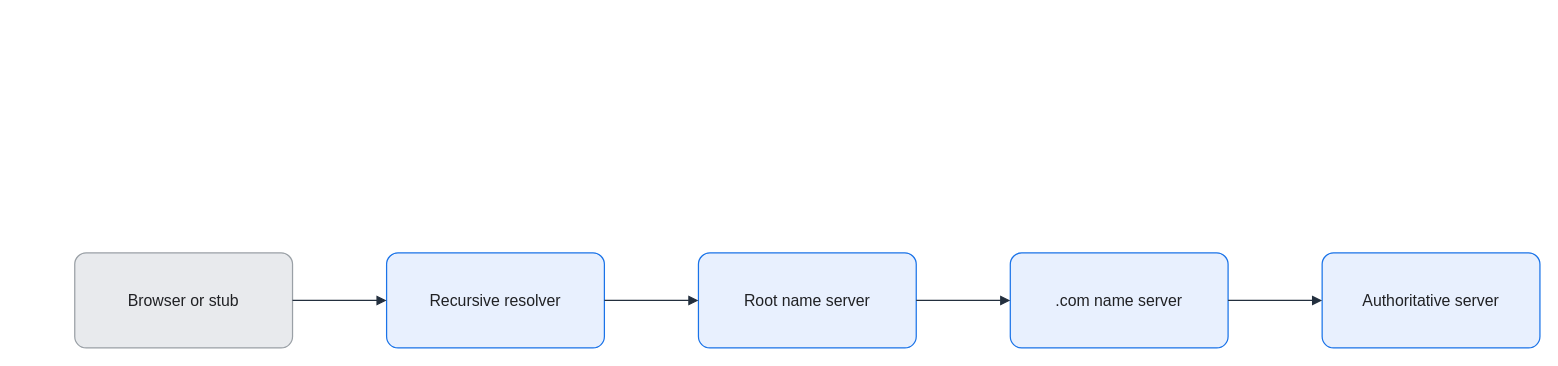
The draw.io diagram assets/img/network/dns-recursive-resolution.drawio in KKamJi98/kkamji98.github.io, before the edit. Source tidied: cells renumbered, new cells numbered last; positions are measured from the earlier drawing's top-left corner, leaving out a move shared by most shapes. Both pictures are drawn from the tidied source at 99%, with x=0, y=0 at pixel (74, 252).
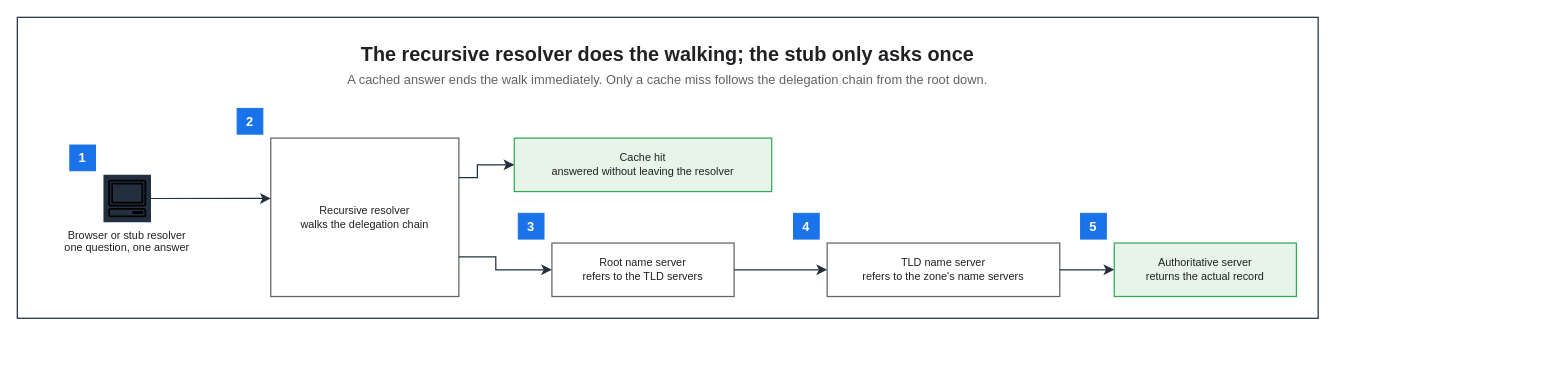
The same page after the edit.

The edit, as a diff of the source:
```diff
@@
-    <mxCell id="2" value="Browser or stub" style="rounded=1;arcSize=12;whiteSpace=wrap;html=0;fillColor=#E8EAED;strokeColor=#9AA0A6;strokeWidth=1.25;fontColor=#202124;fontSize=16;align=center;verticalAlign=middle;spacing=8;shadow=0;" parent="1" vertex="1">
-      <mxGeometry width="220" height="96" as="geometry" />
-    </mxCell>
-    <mxCell id="3" value="Recursive resolver" style="rounded=1;arcSize=12;whiteSpace=wrap;html=0;fillColor=#E8F0FE;strokeColor=#1A73E8;strokeWidth=1.25;fontColor=#202124;fontSize=16;align=center;verticalAlign=middle;spacing=8;shadow=0;" parent="1" vertex="1">
-      <mxGeometry x="315" width="220" height="96" as="geometry" />
-    </mxCell>
-    <mxCell id="4" value="Root name server" style="rounded=1;arcSize=12;whiteSpace=wrap;html=0;fillColor=#E8F0FE;strokeColor=#1A73E8;strokeWidth=1.25;fontColor=#202124;fontSize=16;align=center;verticalAlign=middle;spacing=8;shadow=0;" parent="1" vertex="1">
-      <mxGeometry x="630" width="220" height="96" as="geometry" />
-    </mxCell>
-    <mxCell id="5" value=".com name server" style="rounded=1;arcSize=12;whiteSpace=wrap;html=0;fillColor=#E8F0FE;strokeColor=#1A73E8;strokeWidth=1.25;fontColor=#202124;fontSize=16;align=center;verticalAlign=middle;spacing=8;shadow=0;" parent="1" vertex="1">
-      <mxGeometry x="945" width="220" height="96" as="geometry" />
-    </mxCell>
-    <mxCell id="6" value="Authoritative server" style="rounded=1;arcSize=12;whiteSpace=wrap;html=0;fillColor=#E8F0FE;strokeColor=#1A73E8;strokeWidth=1.25;fontColor=#202124;fontSize=16;align=center;verticalAlign=middle;spacing=8;shadow=0;" parent="1" vertex="1">
-      <mxGeometry x="1260" width="220" height="96" as="geometry" />
-    </mxCell>
-    <mxCell id="7" style="edgeStyle=orthogonalEdgeStyle;rounded=0;jettySize=auto;html=0;endArrow=block;endFill=1;strokeColor=#232F3E;strokeWidth=1.25;fontColor=#202124;labelBackgroundColor=none;exitX=1;exitY=0.5;exitDx=0;exitDy=0;entryX=0;entryY=0.5;entryDx=0;entryDy=0;endSize=7;" parent="1" edge="1" source="2" target="3">
-      <mxGeometry relative="1" as="geometry" />
-    </mxCell>
-    <mxCell id="8" style="edgeStyle=orthogonalEdgeStyle;rounded=0;jettySize=auto;html=0;endArrow=block;endFill=1;strokeColor=#232F3E;strokeWidth=1.25;fontColor=#202124;labelBackgroundColor=none;exitX=1;exitY=0.5;exitDx=0;exitDy=0;entryX=0;entryY=0.5;entryDx=0;entryDy=0;endSize=7;" parent="1" edge="1" source="3" target="4">
-      <mxGeometry relative="1" as="geometry" />
-    </mxCell>
-    <mxCell id="9" style="edgeStyle=orthogonalEdgeStyle;rounded=0;jettySize=auto;html=0;endArrow=block;endFill=1;strokeColor=#232F3E;strokeWidth=1.25;fontColor=#202124;labelBackgroundColor=none;exitX=1;exitY=0.5;exitDx=0;exitDy=0;entryX=0;entryY=0.5;entryDx=0;entryDy=0;endSize=7;" parent="1" edge="1" source="4" target="5">
-      <mxGeometry relative="1" as="geometry" />
-    </mxCell>
-    <mxCell id="10" style="edgeStyle=orthogonalEdgeStyle;rounded=0;jettySize=auto;html=0;endArrow=block;endFill=1;strokeColor=#232F3E;strokeWidth=1.25;fontColor=#202124;labelBackgroundColor=none;exitX=1;exitY=0.5;exitDx=0;exitDy=0;entryX=0;entryY=0.5;entryDx=0;entryDy=0;endSize=7;" parent="1" edge="1" source="5" target="6">
-      <mxGeometry relative="1" as="geometry" />
-    </mxCell>
+    <mxCell id="11" style="rounded=0;html=0;fillColor=none;strokeColor=#232F3E;fontColor=#202124;strokeWidth=1.25;" parent="1" vertex="1">
+      <mxGeometry x="-58" y="-238" width="1314" height="304" as="geometry" />
+    </mxCell>
+    <mxCell id="12" value="The recursive resolver does the walking; the stub only asks once" style="text;html=0;whiteSpace=wrap;fillColor=none;strokeColor=none;fontColor=#202124;fontSize=20;fontStyle=1;align=center;verticalAlign=middle;" parent="1" vertex="1">
+      <mxGeometry x="-36" y="-216" width="1270" height="30" as="geometry" />
+    </mxCell>
+    <mxCell id="13" value="A cached answer ends the walk immediately. Only a cache miss follows the delegation chain from the root down." style="text;html=0;whiteSpace=wrap;fillColor=none;strokeColor=none;fontColor=#5F6368;fontSize=13;fontStyle=0;align=center;verticalAlign=middle;" parent="1" vertex="1">
+      <mxGeometry x="-36" y="-186" width="1270" height="22" as="geometry" />
+    </mxCell>
+    <mxCell id="14" value="Browser or stub resolver&#10;one question, one answer" style="sketch=0;outlineConnect=0;gradientColor=none;html=0;whiteSpace=nowrap;fontSize=11;fontStyle=0;fontColor=#202124;verticalLabelPosition=bottom;verticalAlign=top;align=center;labelBackgroundColor=none;fillColor=#232F3E;strokeColor=none;dashed=0;shape=mxgraph.aws4.resourceIcon;resIcon=mxgraph.aws4.client;" parent="1" vertex="1">
+      <mxGeometry x="29" y="-79" width="48" height="48" as="geometry" />
+    </mxCell>
+    <mxCell id="15" value="Recursive resolver&#10;walks the delegation chain" style="rounded=0;whiteSpace=wrap;html=0;fillColor=#FFFFFF;strokeColor=#5F6368;fontColor=#202124;fontSize=11;fontStyle=0;align=center;verticalAlign=middle;spacingLeft=6;spacingRight=6;strokeWidth=1.25;" parent="1" vertex="1">
+      <mxGeometry x="198" y="-116" width="190" height="160" as="geometry" />
+    </mxCell>
+    <mxCell id="16" value="Root name server&#10;refers to the TLD servers" style="rounded=0;whiteSpace=wrap;html=0;fillColor=#FFFFFF;strokeColor=#5F6368;fontColor=#202124;fontSize=11;fontStyle=0;align=center;verticalAlign=middle;spacingLeft=6;spacingRight=6;strokeWidth=1.25;" parent="1" vertex="1">
+      <mxGeometry x="482" y="-10" width="184" height="54" as="geometry" />
+    </mxCell>
+    <mxCell id="17" value="TLD name server&#10;refers to the zone's name servers" style="rounded=0;whiteSpace=wrap;html=0;fillColor=#FFFFFF;strokeColor=#5F6368;fontColor=#202124;fontSize=11;fontStyle=0;align=center;verticalAlign=middle;spacingLeft=6;spacingRight=6;strokeWidth=1.25;" parent="1" vertex="1">
+      <mxGeometry x="760" y="-10" width="235" height="54" as="geometry" />
+    </mxCell>
+    <mxCell id="18" value="Authoritative server&#10;returns the actual record" style="rounded=0;whiteSpace=wrap;html=0;fillColor=#E6F4EA;strokeColor=#34A853;fontColor=#202124;fontSize=11;fontStyle=0;align=center;verticalAlign=middle;spacingLeft=6;spacingRight=6;strokeWidth=1.25;" parent="1" vertex="1">
+      <mxGeometry x="1050" y="-10" width="184" height="54" as="geometry" />
+    </mxCell>
+    <mxCell id="19" value="Cache hit&#10;answered without leaving the resolver" style="rounded=0;whiteSpace=wrap;html=0;fillColor=#E6F4EA;strokeColor=#34A853;fontColor=#202124;fontSize=11;fontStyle=0;align=center;verticalAlign=middle;spacingLeft=6;spacingRight=6;strokeWidth=1.25;" parent="1" vertex="1">
+      <mxGeometry x="444" y="-116" width="260" height="54" as="geometry" />
+    </mxCell>
+    <mxCell id="20" value="1" style="rounded=0;whiteSpace=wrap;html=0;fillColor=#1A73E8;strokeColor=#1A73E8;fontColor=#FFFFFF;fontSize=13;fontStyle=1;align=center;verticalAlign=middle;" parent="1" vertex="1">
+      <mxGeometry x="-5" y="-109" width="26" height="26" as="geometry" />
+    </mxCell>
+    <mxCell id="21" value="2" style="rounded=0;whiteSpace=wrap;html=0;fillColor=#1A73E8;strokeColor=#1A73E8;fontColor=#FFFFFF;fontSize=13;fontStyle=1;align=center;verticalAlign=middle;" parent="1" vertex="1">
+      <mxGeometry x="164" y="-146" width="26" height="26" as="geometry" />
+    </mxCell>
+    <mxCell id="22" value="3" style="rounded=0;whiteSpace=wrap;html=0;fillColor=#1A73E8;strokeColor=#1A73E8;fontColor=#FFFFFF;fontSize=13;fontStyle=1;align=center;verticalAlign=middle;" parent="1" vertex="1">
+      <mxGeometry x="448" y="-40" width="26" height="26" as="geometry" />
+    </mxCell>
+    <mxCell id="23" value="4" style="rounded=0;whiteSpace=wrap;html=0;fillColor=#1A73E8;strokeColor=#1A73E8;fontColor=#FFFFFF;fontSize=13;fontStyle=1;align=center;verticalAlign=middle;" parent="1" vertex="1">
+      <mxGeometry x="726" y="-40" width="26" height="26" as="geometry" />
+    </mxCell>
+    <mxCell id="24" value="5" style="rounded=0;whiteSpace=wrap;html=0;fillColor=#1A73E8;strokeColor=#1A73E8;fontColor=#FFFFFF;fontSize=13;fontStyle=1;align=center;verticalAlign=middle;" parent="1" vertex="1">
+      <mxGeometry x="1016" y="-40" width="26" height="26" as="geometry" />
+    </mxCell>
+    <mxCell id="25" style="edgeStyle=orthogonalEdgeStyle;rounded=0;html=0;strokeColor=#232F3E;strokeWidth=1.25;endArrow=classic;endFill=1;endSize=7;fontSize=11;fontColor=#202124;labelBackgroundColor=none;jettySize=14;exitX=1;exitY=0.5;entryX=0;entryY=0.3812;exitDx=0;exitDy=0;entryDx=0;entryDy=0;" parent="1" edge="1" source="14" target="15">
+      <mxGeometry relative="1" as="geometry" />
+    </mxCell>
+    <mxCell id="26" style="edgeStyle=orthogonalEdgeStyle;rounded=0;html=0;strokeColor=#232F3E;strokeWidth=1.25;endArrow=classic;endFill=1;endSize=7;fontSize=11;fontColor=#202124;labelBackgroundColor=none;jettySize=14;exitX=1;exitY=0.25;entryX=0;entryY=0.5;exitDx=0;exitDy=0;entryDx=0;entryDy=0;" parent="1" edge="1" source="15" target="19">
+      <mxGeometry relative="1" as="geometry">
+        <Array as="points">
+          <mxPoint x="406.7" y="-76" />
+          <mxPoint x="406.7" y="-89" />
+        </Array>
+      </mxGeometry>
+    </mxCell>
+    <mxCell id="27" style="edgeStyle=orthogonalEdgeStyle;rounded=0;html=0;strokeColor=#232F3E;strokeWidth=1.25;endArrow=classic;endFill=1;endSize=7;fontSize=11;fontColor=#202124;labelBackgroundColor=none;jettySize=14;exitX=1;exitY=0.75;entryX=0;entryY=0.5;exitDx=0;exitDy=0;entryDx=0;entryDy=0;" parent="1" edge="1" source="15" target="16">
+      <mxGeometry relative="1" as="geometry">
+        <Array as="points">
+          <mxPoint x="425.3" y="4" />
+          <mxPoint x="425.3" y="17" />
+        </Array>
+      </mxGeometry>
+    </mxCell>
+    <mxCell id="28" style="edgeStyle=orthogonalEdgeStyle;rounded=0;html=0;strokeColor=#232F3E;strokeWidth=1.25;endArrow=classic;endFill=1;endSize=7;fontSize=11;fontColor=#202124;labelBackgroundColor=none;jettySize=14;exitX=1;exitY=0.5;entryX=0;entryY=0.5;exitDx=0;exitDy=0;entryDx=0;entryDy=0;" parent="1" edge="1" source="16" target="17">
+      <mxGeometry relative="1" as="geometry" />
+    </mxCell>
+    <mxCell id="29" style="edgeStyle=orthogonalEdgeStyle;rounded=0;html=0;strokeColor=#232F3E;strokeWidth=1.25;endArrow=classic;endFill=1;endSize=7;fontSize=11;fontColor=#202124;labelBackgroundColor=none;jettySize=14;exitX=1;exitY=0.5;entryX=0;entryY=0.5;exitDx=0;exitDy=0;entryDx=0;entryDy=0;" parent="1" edge="1" source="17" target="18">
+      <mxGeometry relative="1" as="geometry" />
+    </mxCell>
```
